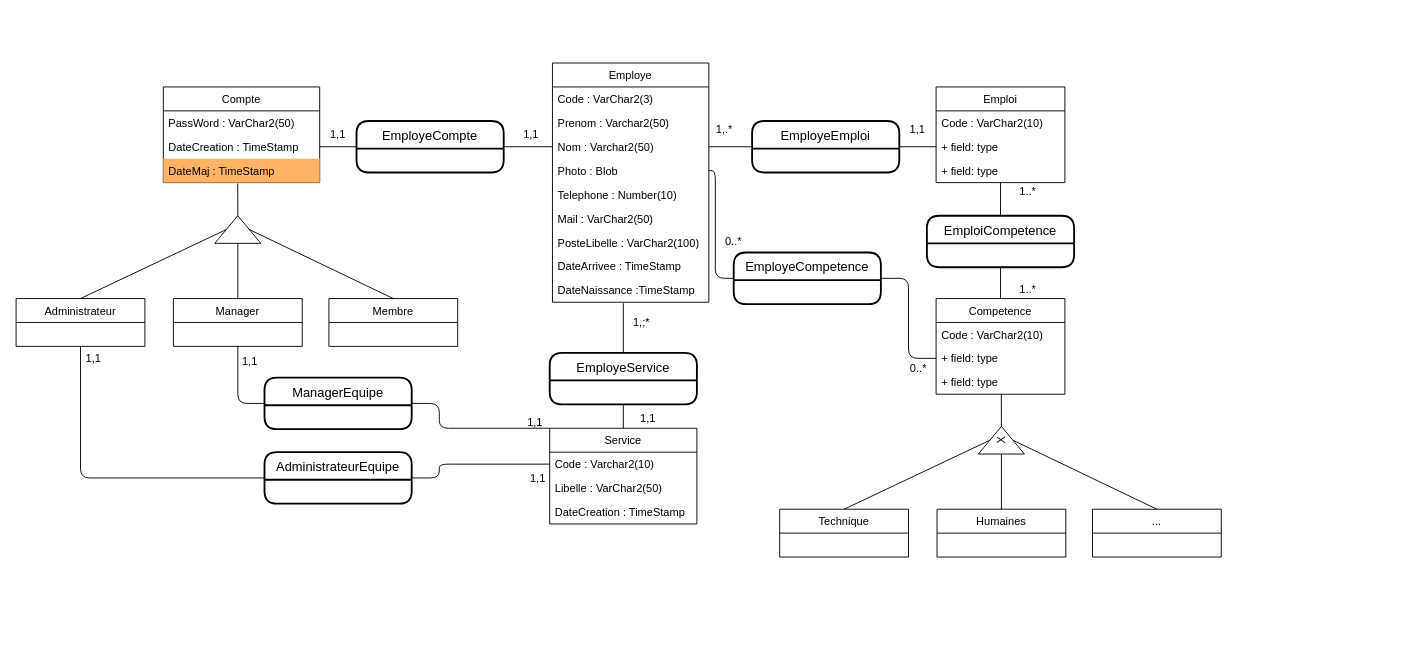
DaeronHTV/AVS_SGC keeps this draw.io diagram as page "MCD" (1 of 2) of Document/Merise.drawio. Above is the earlier version. Source tidied: cells renumbered, new cells numbered last; positions are measured from the earlier drawing's top-left corner, leaving out a move shared by most shapes. Both pictures are drawn from the tidied source at 92%, with x=0, y=0 at pixel (16, 63).
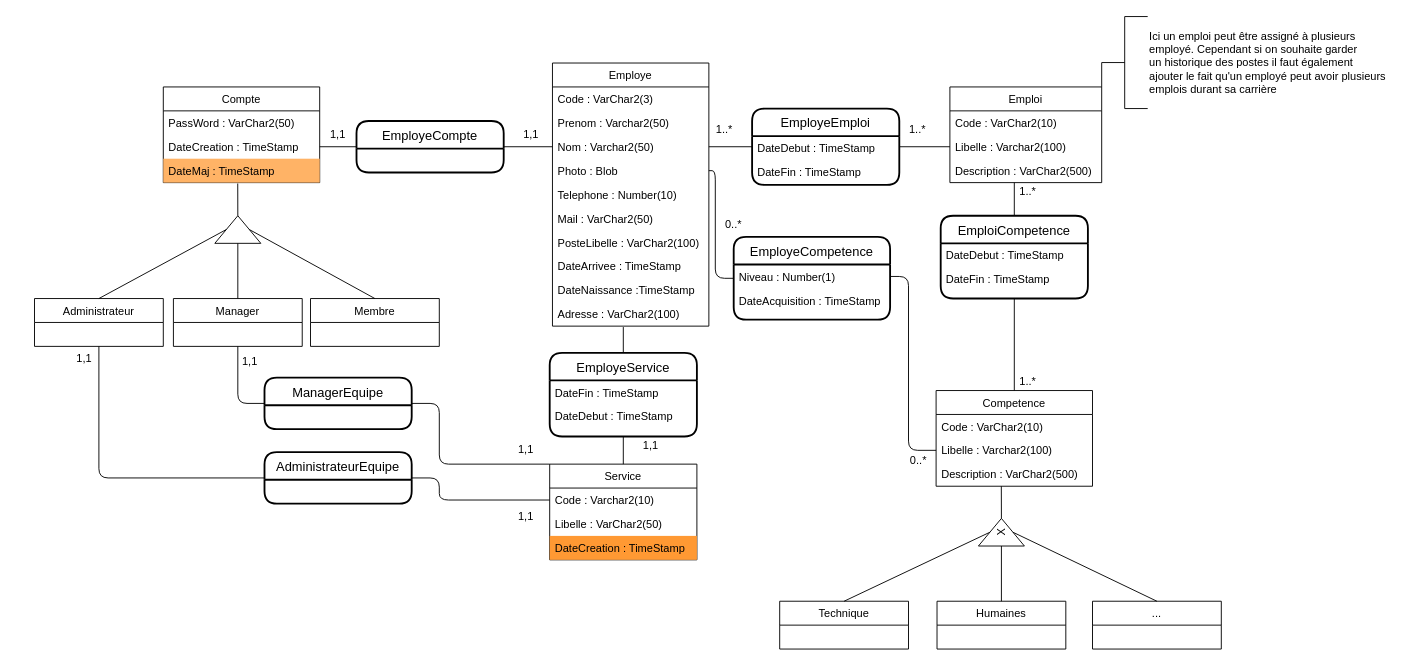
The same diagram, later.

Unchanged cells that the change refers to:
```xml
<mxCell id="65" value="ManagerEquipe" style="swimlane;horizontal=1;startSize=30;rounded=1;fontSize=14;fontStyle=0;strokeWidth=2;shadow=0;dashed=0;align=center;" parent="1" vertex="1">
  <mxGeometry x="270" y="342" width="160" height="56" as="geometry" />
</mxCell>
<mxCell id="69" value="AdministrateurEquipe" style="swimlane;horizontal=1;startSize=30;rounded=1;fontSize=14;fontStyle=0;strokeWidth=2;shadow=0;dashed=0;align=center;" parent="1" vertex="1">
  <mxGeometry x="270" y="423" width="160" height="56" as="geometry" />
</mxCell>
<mxCell id="75" value="Code : Varchar2(10)" style="text;strokeColor=none;fillColor=none;align=left;verticalAlign=top;spacingLeft=4;spacingRight=4;overflow=hidden;points=[[0,0.5],[1,0.5]];portConstraint=eastwest;" parent="74" vertex="1">
  <mxGeometry y="26" width="160" height="26" as="geometry" />
</mxCell>
```

Diff of the diagram source:
```diff
@@
     <mxCell id="12" value="Administrateur" style="swimlane;fontStyle=0;horizontal=1;startSize=26;fillColor=none;" parent="1" vertex="1">
-      <mxGeometry y="256" width="140" height="52" as="geometry" />
+      <mxGeometry x="20" y="256" width="140" height="52" as="geometry" />
     </mxCell>
@@
     <mxCell id="16" value="Membre" style="swimlane;fontStyle=0;horizontal=1;startSize=26;fillColor=none;" parent="1" vertex="1">
-      <mxGeometry x="340" y="256" width="140" height="52" as="geometry" />
+      <mxGeometry x="320" y="256" width="140" height="52" as="geometry" />
     </mxCell>
@@
-    <mxCell id="18" style="endArrow=none;html=1;entryX=0.5;entryY=0;entryDx=0;entryDy=0;" parent="1" edge="1" target="68">
+    <mxCell id="18" style="endArrow=none;html=1;entryX=0.5;entryY=0;entryDx=0;entryDy=0;exitX=0;exitY=0.75;exitDx=0;exitDy=0;" parent="1" edge="1" target="68">
       <mxGeometry relative="1" as="geometry">
-        <mxPoint x="660" y="261" as="sourcePoint" />
+        <mxPoint x="660" y="287" as="sourcePoint" />
       </mxGeometry>
     </mxCell>
@@
-    <mxCell id="20" value="1,;*" style="text;html=1;strokeColor=none;fillColor=none;align=center;verticalAlign=middle;whiteSpace=wrap;rounded=0;" parent="1" vertex="1">
-      <mxGeometry x="660" y="272" width="40" height="20" as="geometry" />
-    </mxCell>
     <mxCell id="21" value="1,1" style="text;html=1;strokeColor=none;fillColor=none;align=center;verticalAlign=middle;whiteSpace=wrap;rounded=0;" parent="1" vertex="1">
-      <mxGeometry x="667" y="377" width="40" height="20" as="geometry" />
+      <mxGeometry x="670" y="406" width="40" height="20" as="geometry" />
     </mxCell>
@@
-    <mxCell id="24" value="1,1" style="text;html=1;strokeColor=none;fillColor=none;align=center;verticalAlign=middle;whiteSpace=wrap;rounded=0;" parent="1" vertex="1">
+    <mxCell id="24" value="1..*" style="text;html=1;strokeColor=none;fillColor=none;align=center;verticalAlign=middle;whiteSpace=wrap;rounded=0;" parent="1" vertex="1">
       <mxGeometry x="960" y="63" width="40" height="20" as="geometry" />
     </mxCell>
-    <mxCell id="25" value="1,.*" style="text;html=1;strokeColor=none;fillColor=none;align=center;verticalAlign=middle;whiteSpace=wrap;rounded=0;" parent="1" vertex="1">
+    <mxCell id="25" value="1..*" style="text;html=1;strokeColor=none;fillColor=none;align=center;verticalAlign=middle;whiteSpace=wrap;rounded=0;" parent="1" vertex="1">
       <mxGeometry x="750" y="63" width="40" height="20" as="geometry" />
     </mxCell>
@@
     <mxCell id="27" value="Emploi" style="swimlane;fontStyle=0;horizontal=1;startSize=26;fillColor=none;" parent="1" vertex="1">
-      <mxGeometry x="1000" y="26" width="140" height="104" as="geometry" />
+      <mxGeometry x="1015" y="26" width="165" height="104" as="geometry" />
     </mxCell>
     <mxCell id="28" value="Code : VarChar2(10)" style="text;strokeColor=none;fillColor=none;align=left;verticalAlign=top;spacingLeft=4;spacingRight=4;overflow=hidden;" parent="27" vertex="1">
-      <mxGeometry y="26" width="140" height="26" as="geometry" />
+      <mxGeometry y="26" width="165" height="26" as="geometry" />
     </mxCell>
-    <mxCell id="29" value="+ field: type" style="text;strokeColor=none;fillColor=none;align=left;verticalAlign=top;spacingLeft=4;spacingRight=4;overflow=hidden;points=[[0,0.5],[1,0.5]];portConstraint=eastwest;" parent="27" vertex="1">
-      <mxGeometry y="52" width="140" height="26" as="geometry" />
+    <mxCell id="29" value="Libelle : Varchar2(100)" style="text;strokeColor=none;fillColor=none;align=left;verticalAlign=top;spacingLeft=4;spacingRight=4;overflow=hidden;points=[[0,0.5],[1,0.5]];portConstraint=eastwest;" parent="27" vertex="1">
+      <mxGeometry y="52" width="165" height="26" as="geometry" />
     </mxCell>
-    <mxCell id="30" value="+ field: type" style="text;strokeColor=none;fillColor=none;align=left;verticalAlign=top;spacingLeft=4;spacingRight=4;overflow=hidden;points=[[0,0.5],[1,0.5]];portConstraint=eastwest;" parent="27" vertex="1">
-      <mxGeometry y="78" width="140" height="26" as="geometry" />
-    </mxCell>
+    <mxCell id="79" value="Description : VarChar2(500)" style="text;strokeColor=none;fillColor=none;align=left;verticalAlign=top;spacingLeft=4;spacingRight=4;overflow=hidden;" parent="27" vertex="1">
+      <mxGeometry y="78" width="165" height="26" as="geometry" />
+    </mxCell>
     <mxCell id="31" value="Competence" style="swimlane;fontStyle=0;horizontal=1;startSize=26;fillColor=none;" parent="1" vertex="1">
-      <mxGeometry x="1000" y="256" width="140" height="104" as="geometry" />
+      <mxGeometry x="1000" y="356" width="170" height="104" as="geometry" />
     </mxCell>
     <mxCell id="32" value="Code : VarChar2(10)" style="text;strokeColor=none;fillColor=none;align=left;verticalAlign=top;spacingLeft=4;spacingRight=4;overflow=hidden;" parent="31" vertex="1">
-      <mxGeometry y="26" width="140" height="26" as="geometry" />
+      <mxGeometry y="26" width="170" height="26" as="geometry" />
     </mxCell>
-    <mxCell id="33" value="+ field: type" style="text;strokeColor=none;fillColor=none;align=left;verticalAlign=top;spacingLeft=4;spacingRight=4;overflow=hidden;points=[[0,0.5],[1,0.5]];portConstraint=eastwest;" parent="31" vertex="1">
-      <mxGeometry y="52" width="140" height="26" as="geometry" />
+    <mxCell id="33" value="Libelle : Varchar2(100)" style="text;strokeColor=none;fillColor=none;align=left;verticalAlign=top;spacingLeft=4;spacingRight=4;overflow=hidden;points=[[0,0.5],[1,0.5]];portConstraint=eastwest;" parent="31" vertex="1">
+      <mxGeometry y="52" width="170" height="26" as="geometry" />
     </mxCell>
-    <mxCell id="34" value="+ field: type" style="text;strokeColor=none;fillColor=none;align=left;verticalAlign=top;spacingLeft=4;spacingRight=4;overflow=hidden;" parent="31" vertex="1">
-      <mxGeometry y="78" width="140" height="26" as="geometry" />
+    <mxCell id="34" value="Description : VarChar2(500)" style="text;strokeColor=none;fillColor=none;align=left;verticalAlign=top;spacingLeft=4;spacingRight=4;overflow=hidden;" parent="31" vertex="1">
+      <mxGeometry y="78" width="170" height="26" as="geometry" />
     </mxCell>
     <mxCell id="35" value="EmploiCompetence" style="swimlane;horizontal=1;startSize=30;rounded=1;fontSize=14;fontStyle=0;strokeWidth=2;shadow=0;dashed=0;align=center;" parent="1" vertex="1">
-      <mxGeometry x="990" y="166" width="160" height="56" as="geometry" />
+      <mxGeometry x="1005" y="166" width="160" height="90" as="geometry" />
     </mxCell>
+    <mxCell id="80" value="DateDebut : TimeStamp" style="text;strokeColor=none;fillColor=none;align=left;verticalAlign=top;spacingLeft=4;spacingRight=4;overflow=hidden;" parent="35" vertex="1">
+      <mxGeometry y="30" width="160" height="26" as="geometry" />
+    </mxCell>
+    <mxCell id="81" value="DateFin : TimeStamp" style="text;strokeColor=none;fillColor=none;align=left;verticalAlign=top;spacingLeft=4;spacingRight=4;overflow=hidden;" parent="35" vertex="1">
+      <mxGeometry y="56" width="160" height="34" as="geometry" />
+    </mxCell>
-    <mxCell id="36" style="endArrow=none;html=1;entryX=0.5;entryY=0;entryDx=0;entryDy=0;" parent="1" edge="1" source="30" target="35">
-      <mxGeometry relative="1" as="geometry" />
+    <mxCell id="36" style="endArrow=none;html=1;entryX=0.5;entryY=0;entryDx=0;entryDy=0;" parent="1" edge="1" target="35">
+      <mxGeometry relative="1" as="geometry">
+        <mxPoint x="1085" y="130" as="sourcePoint" />
+      </mxGeometry>
     </mxCell>
@@
     <mxCell id="38" value="EmployeCompetence" style="swimlane;horizontal=1;startSize=30;rounded=1;fontSize=14;fontStyle=0;strokeWidth=2;shadow=0;dashed=0;align=center;" parent="1" vertex="1">
-      <mxGeometry x="780" y="206" width="160" height="56" as="geometry" />
+      <mxGeometry x="780" y="189" width="170" height="90" as="geometry" />
     </mxCell>
+    <mxCell id="82" value="Niveau : Number(1)" style="text;strokeColor=none;fillColor=none;align=left;verticalAlign=top;spacingLeft=4;spacingRight=4;overflow=hidden;points=[[0,0.5],[1,0.5]];portConstraint=eastwest;" parent="38" vertex="1">
+      <mxGeometry y="30" width="170" height="26" as="geometry" />
+    </mxCell>
+    <mxCell id="83" value="DateAcquisition : TimeStamp" style="text;strokeColor=none;fillColor=none;align=left;verticalAlign=top;spacingLeft=4;spacingRight=4;overflow=hidden;" parent="38" vertex="1">
+      <mxGeometry y="56" width="170" height="34" as="geometry" />
+    </mxCell>
-    <mxCell id="39" style="endArrow=none;html=1;entryX=0;entryY=0.5;entryDx=0;entryDy=0;exitX=1;exitY=0.5;exitDx=0;exitDy=0;" parent="1" edge="1" source="38" target="33">
+    <mxCell id="39" style="endArrow=none;html=1;entryX=0;entryY=0.5;entryDx=0;entryDy=0;exitX=1;exitY=0.5;exitDx=0;exitDy=0;" parent="1" edge="1" source="82" target="33">
       <mxGeometry relative="1" as="geometry">
         <Array as="points">
-          <mxPoint x="970" y="234" />
-          <mxPoint x="970" y="321" />
+          <mxPoint x="970" y="232" />
+          <mxPoint x="970" y="421" />
         </Array>
       </mxGeometry>
     </mxCell>
@@
     <mxCell id="41" value="0..*" style="text;html=1;strokeColor=none;fillColor=none;align=center;verticalAlign=middle;whiteSpace=wrap;rounded=0;" parent="1" vertex="1">
-      <mxGeometry x="961" y="322" width="40" height="20" as="geometry" />
+      <mxGeometry x="961" y="422" width="40" height="20" as="geometry" />
     </mxCell>
     <mxCell id="42" value="0..*" style="text;html=1;strokeColor=none;fillColor=none;align=center;verticalAlign=middle;whiteSpace=wrap;rounded=0;" parent="1" vertex="1">
-      <mxGeometry x="760" y="184" width="40" height="20" as="geometry" />
+      <mxGeometry x="760" y="166" width="40" height="20" as="geometry" />
     </mxCell>
@@
     <mxCell id="44" value="1..*" style="text;html=1;strokeColor=none;fillColor=none;align=center;verticalAlign=middle;whiteSpace=wrap;rounded=0;" parent="1" vertex="1">
-      <mxGeometry x="1080" y="236" width="40" height="20" as="geometry" />
+      <mxGeometry x="1080" y="336" width="40" height="20" as="geometry" />
     </mxCell>
     <mxCell id="45" value="X" style="triangle;whiteSpace=wrap;html=1;rotation=-90;" parent="1" vertex="1">
-      <mxGeometry x="1056" y="385" width="30" height="50" as="geometry" />
+      <mxGeometry x="1056" y="485" width="30" height="50" as="geometry" />
     </mxCell>
     <mxCell id="46" style="endArrow=none;html=1;exitX=0.476;exitY=1.038;exitDx=0;exitDy=0;exitPerimeter=0;entryX=1;entryY=0.5;entryDx=0;entryDy=0;" parent="1" edge="1" target="45">
       <mxGeometry relative="1" as="geometry">
-        <mxPoint x="1070.9" y="360" as="sourcePoint" />
+        <mxPoint x="1070.9" y="460" as="sourcePoint" />
       </mxGeometry>
     </mxCell>
@@
     <mxCell id="50" value="Technique" style="swimlane;fontStyle=0;horizontal=1;startSize=26;fillColor=none;" parent="1" vertex="1">
-      <mxGeometry x="830" y="485" width="140" height="52" as="geometry" />
+      <mxGeometry x="830" y="585" width="140" height="52" as="geometry" />
     </mxCell>
     <mxCell id="51" value="..." style="swimlane;fontStyle=0;horizontal=1;startSize=26;fillColor=none;" parent="1" vertex="1">
-      <mxGeometry x="1170" y="485" width="140" height="52" as="geometry" />
+      <mxGeometry x="1170" y="585" width="140" height="52" as="geometry" />
     </mxCell>
     <mxCell id="52" value="Humaines" style="swimlane;fontStyle=0;horizontal=1;startSize=26;fillColor=none;" parent="1" vertex="1">
-      <mxGeometry x="1001" y="485" width="140" height="52" as="geometry" />
+      <mxGeometry x="1001" y="585" width="140" height="52" as="geometry" />
     </mxCell>
     <mxCell id="53" value="Employe" style="swimlane;fontStyle=0;horizontal=1;startSize=26;fillColor=none;" parent="1" vertex="1">
-      <mxGeometry x="583" width="170" height="260" as="geometry" />
+      <mxGeometry x="583" width="170" height="286" as="geometry" />
     </mxCell>
@@
+    <mxCell id="84" value="Adresse : VarChar2(100)" style="text;strokeColor=none;fillColor=none;align=left;verticalAlign=top;spacingLeft=4;spacingRight=4;overflow=hidden;" parent="53" vertex="1">
+      <mxGeometry y="260" width="170" height="26" as="geometry" />
+    </mxCell>
     <mxCell id="63" style="endArrow=none;html=1;exitX=0.5;exitY=1;exitDx=0;exitDy=0;entryX=0;entryY=0.5;entryDx=0;entryDy=0;" parent="1" edge="1" source="12" target="69">
       <mxGeometry relative="1" as="geometry">
         <Array as="points">
-          <mxPoint x="70" y="451" />
+          <mxPoint x="90" y="451" />
         </Array>
       </mxGeometry>
     </mxCell>
@@
     <mxCell id="66" style="endArrow=none;html=1;exitX=1;exitY=0.5;exitDx=0;exitDy=0;entryX=0;entryY=0;entryDx=0;entryDy=0;" parent="1" edge="1" source="65" target="74">
       <mxGeometry relative="1" as="geometry">
         <Array as="points">
           <mxPoint x="460" y="370" />
-          <mxPoint x="460" y="397" />
+          <mxPoint x="460" y="436" />
         </Array>
       </mxGeometry>
     </mxCell>
     <mxCell id="67" style="endArrow=none;html=1;exitX=1;exitY=0.5;exitDx=0;exitDy=0;entryX=0;entryY=0.5;entryDx=0;entryDy=0;" parent="1" edge="1" source="69" target="75">
       <mxGeometry relative="1" as="geometry">
         <Array as="points">
           <mxPoint x="460" y="451" />
-          <mxPoint x="460" y="436" />
+          <mxPoint x="460" y="475" />
         </Array>
       </mxGeometry>
     </mxCell>
     <mxCell id="68" value="EmployeService" style="swimlane;horizontal=1;startSize=30;rounded=1;fontSize=14;fontStyle=0;strokeWidth=2;shadow=0;dashed=0;align=center;" parent="1" vertex="1">
-      <mxGeometry x="580" y="315" width="160" height="56" as="geometry" />
+      <mxGeometry x="580" y="315" width="160" height="91" as="geometry" />
     </mxCell>
+    <mxCell id="85" value="DateFin : TimeStamp" style="text;strokeColor=none;fillColor=none;align=left;verticalAlign=top;spacingLeft=4;spacingRight=4;overflow=hidden;" parent="68" vertex="1">
+      <mxGeometry y="30" width="160" height="26" as="geometry" />
+    </mxCell>
+    <mxCell id="86" value="DateDebut : TimeStamp" style="text;strokeColor=none;fillColor=none;align=left;verticalAlign=top;spacingLeft=4;spacingRight=4;overflow=hidden;" parent="68" vertex="1">
+      <mxGeometry y="56" width="160" height="35" as="geometry" />
+    </mxCell>
@@
     <mxCell id="70" value="1,1" style="text;strokeColor=none;fillColor=none;align=left;verticalAlign=top;spacingLeft=4;spacingRight=4;overflow=hidden;shadow=0;" parent="1" vertex="1">
-      <mxGeometry x="550" y="377" width="30" height="26" as="geometry" />
+      <mxGeometry x="540" y="479" width="30" height="26" as="geometry" />
     </mxCell>
@@
     <mxCell id="72" value="1,1" style="text;strokeColor=none;fillColor=none;align=left;verticalAlign=top;spacingLeft=4;spacingRight=4;overflow=hidden;shadow=0;" parent="1" vertex="1">
-      <mxGeometry x="70" y="308" width="30" height="26" as="geometry" />
+      <mxGeometry x="60" y="308" width="30" height="26" as="geometry" />
     </mxCell>
     <mxCell id="73" value="1,1" style="text;strokeColor=none;fillColor=none;align=left;verticalAlign=top;spacingLeft=4;spacingRight=4;overflow=hidden;shadow=0;" parent="1" vertex="1">
-      <mxGeometry x="553" y="438" width="30" height="26" as="geometry" />
+      <mxGeometry x="540" y="406" width="30" height="26" as="geometry" />
     </mxCell>
     <mxCell id="74" value="Service" style="swimlane;fontStyle=0;horizontal=1;startSize=26;fillColor=none;" parent="1" vertex="1">
-      <mxGeometry x="580" y="397" width="160" height="104" as="geometry" />
+      <mxGeometry x="580" y="436" width="160" height="104" as="geometry" />
     </mxCell>
@@
-    <mxCell id="77" value="DateCreation : TimeStamp" style="text;strokeColor=none;fillColor=none;align=left;verticalAlign=top;spacingLeft=4;spacingRight=4;overflow=hidden;shadow=0;" parent="74" vertex="1">
+    <mxCell id="77" value="DateCreation : TimeStamp" style="text;strokeColor=none;fillColor=#FF9933;align=left;verticalAlign=top;spacingLeft=4;spacingRight=4;overflow=hidden;shadow=0;" parent="74" vertex="1">
       <mxGeometry y="78" width="160" height="26" as="geometry" />
     </mxCell>
     <mxCell id="78" value="EmployeEmploi" style="swimlane;horizontal=1;startSize=30;rounded=1;fontSize=14;fontStyle=0;strokeWidth=2;shadow=0;dashed=0;align=center;" parent="1" vertex="1">
-      <mxGeometry x="800" y="63" width="160" height="56" as="geometry" />
+      <mxGeometry x="800" y="49.5" width="160" height="83" as="geometry" />
     </mxCell>
+    <mxCell id="87" value="DateDebut : TimeStamp" style="text;strokeColor=none;fillColor=none;align=left;verticalAlign=top;spacingLeft=4;spacingRight=4;overflow=hidden;" parent="78" vertex="1">
+      <mxGeometry y="30" width="160" height="26" as="geometry" />
+    </mxCell>
+    <mxCell id="88" value="DateFin : TimeStamp" style="text;strokeColor=none;fillColor=none;align=left;verticalAlign=top;spacingLeft=4;spacingRight=4;overflow=hidden;" parent="78" vertex="1">
+      <mxGeometry y="56" width="160" height="27" as="geometry" />
+    </mxCell>
+    <mxCell id="89" value="Ici un emploi peut être assigné à plusieurs&lt;br&gt;employé. Cependant si on souhaite garder&lt;br&gt;un historique des postes il faut également&lt;br&gt;ajouter le fait qu'un employé peut avoir plusieurs&lt;br&gt;emplois durant sa carrière" style="html=1;shape=mxgraph.flowchart.annotation_2;align=left;labelPosition=right;fillColor=#FF9933;" parent="1" vertex="1">
+      <mxGeometry x="1180" y="-50.5" width="50" height="100" as="geometry" />
+    </mxCell>
+    <mxCell id="90" style="endArrow=none;html=1;exitX=1;exitY=0;exitDx=0;exitDy=0;entryX=0;entryY=0.5;entryDx=0;entryDy=0;entryPerimeter=0;" parent="1" edge="1" source="27" target="89">
+      <mxGeometry relative="1" as="geometry" />
+    </mxCell>
```
